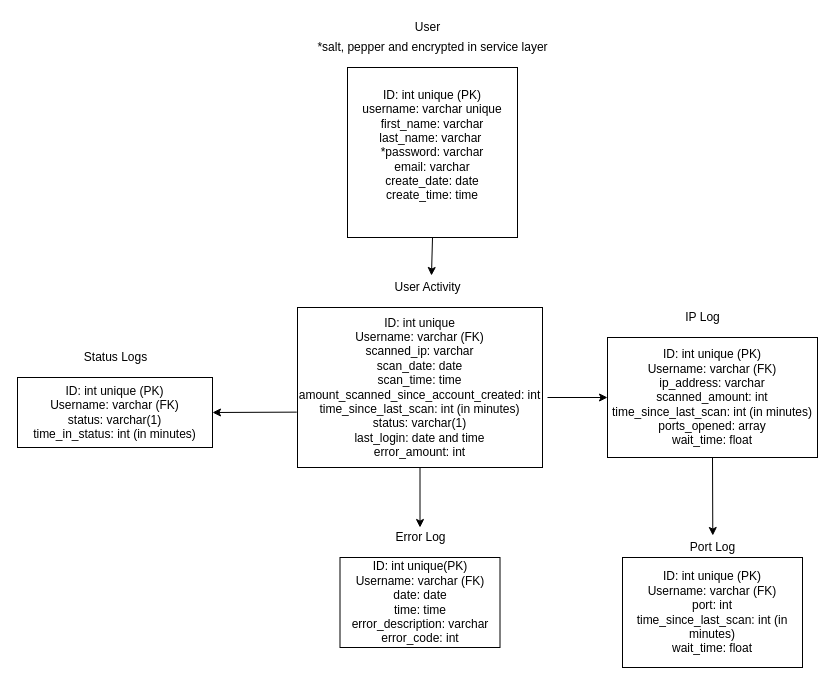
Above: Model.drawio in shamu332/PortMap (draw.io), before the change. Source tidied: cells renumbered, new cells numbered last; positions are measured from the earlier drawing's top-left corner, leaving out a move shared by most shapes. Both pictures are drawn from the tidied source at 100%, with x=0, y=0 at pixel (17, 17).
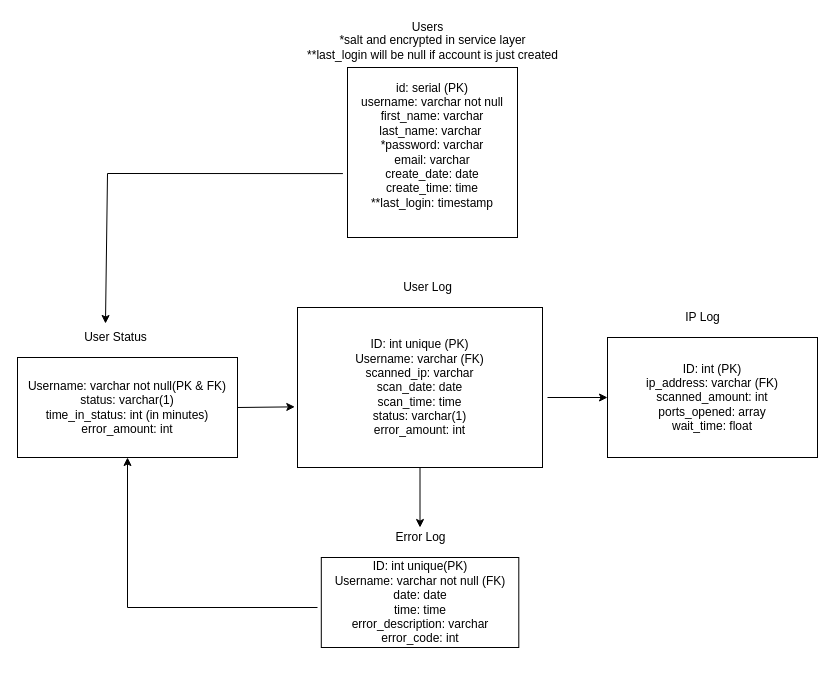
The same page after the edit.

Diff of the diagram source:
```diff
@@
-    <mxCell id="2" value="ID: int unique (PK)&lt;br&gt;username: varchar unique&lt;br&gt;first_name: varchar&lt;br&gt;last_name: varchar&amp;nbsp;&lt;br&gt;*password: varchar&lt;br&gt;email: varchar&lt;br&gt;create_date: date&lt;br&gt;create_time: time&lt;br&gt;&amp;nbsp;" style="whiteSpace=wrap;html=1;" parent="1" vertex="1">
+    <mxCell id="2" value="id: serial (PK)&lt;br&gt;username: varchar not null&lt;br&gt;first_name: varchar&lt;br&gt;last_name: varchar&amp;nbsp;&lt;br&gt;*password: varchar&lt;br&gt;email: varchar&lt;br&gt;create_date: date&lt;br&gt;create_time: time&lt;br&gt;**last_login: timestamp&lt;br&gt;&amp;nbsp;" style="whiteSpace=wrap;html=1;" parent="1" vertex="1">
       <mxGeometry x="330" y="50" width="170" height="170" as="geometry" />
     </mxCell>
-    <mxCell id="3" value="User" style="text;html=1;align=center;verticalAlign=middle;strokeColor=none;fillColor=none;" parent="1" vertex="1">
-      <mxGeometry x="390" width="40" height="20" as="geometry" />
+    <mxCell id="3" value="Users" style="text;html=1;align=center;verticalAlign=middle;strokeColor=none;fillColor=none;" parent="1" vertex="1">
+      <mxGeometry x="385" width="50" height="20" as="geometry" />
     </mxCell>
-    <mxCell id="4" value="*salt, pepper and encrypted in service layer" style="text;html=1;align=center;verticalAlign=middle;strokeColor=none;fillColor=none;" parent="1" vertex="1">
-      <mxGeometry x="290" y="20" width="250" height="20" as="geometry" />
+    <mxCell id="4" value="*salt and encrypted in service layer&lt;br&gt;**last_login will be null if account is just created" style="text;html=1;align=center;verticalAlign=middle;strokeColor=none;fillColor=none;" parent="1" vertex="1">
+      <mxGeometry x="280" y="15" width="270" height="30" as="geometry" />
     </mxCell>
-    <mxCell id="5" style="endArrow=classic;html=1;rounded=0;exitX=0.5;exitY=1;exitDx=0;exitDy=0;entryX=0.55;entryY=-0.1;entryDx=0;entryDy=0;entryPerimeter=0;" parent="1" edge="1" source="2" target="7">
-      <mxGeometry relative="1" as="geometry" />
-    </mxCell>
-    <mxCell id="6" value="ID: int unique&lt;br&gt;Username: varchar (FK)&lt;br&gt;scanned_ip: varchar&lt;br&gt;scan_date: date&lt;br&gt;scan_time: time&lt;br&gt;amount_scanned_since_account_created: int&lt;br&gt;time_since_last_scan: int (in minutes)&lt;br&gt;status: varchar(1)&lt;br&gt;last_login: date and time&lt;br&gt;error_amount: int" style="rounded=0;whiteSpace=wrap;html=1;" parent="1" vertex="1">
+    <mxCell id="6" value="ID: int unique (PK)&lt;br&gt;Username: varchar (FK)&lt;br&gt;scanned_ip: varchar&lt;br&gt;scan_date: date&lt;br&gt;scan_time: time&lt;br&gt;status: varchar(1)&lt;br&gt;error_amount: int" style="rounded=0;whiteSpace=wrap;html=1;" parent="1" vertex="1">
       <mxGeometry x="280" y="290" width="245" height="160" as="geometry" />
     </mxCell>
-    <mxCell id="7" value="User Activity" style="text;html=1;align=center;verticalAlign=middle;points=[];strokeColor=none;fillColor=none;" parent="1" vertex="1">
-      <mxGeometry x="370" y="260" width="80" height="20" as="geometry" />
+    <mxCell id="7" value="User Log" style="text;html=1;align=center;verticalAlign=middle;points=[];strokeColor=none;fillColor=none;" parent="1" vertex="1">
+      <mxGeometry x="380" y="260" width="60" height="20" as="geometry" />
     </mxCell>
-    <mxCell id="8" value="ID: int unique(PK)&lt;br&gt;Username: varchar (FK)&lt;br&gt;date: date&lt;br&gt;time: time&lt;br&gt;error_description: varchar&lt;br&gt;error_code: int" style="rounded=0;whiteSpace=wrap;html=1;" parent="1" vertex="1">
-      <mxGeometry x="322.5" y="540" width="160" height="90" as="geometry" />
+    <mxCell id="8" value="ID: int unique(PK)&lt;br&gt;Username: varchar not null (FK)&lt;br&gt;date: date&lt;br&gt;time: time&lt;br&gt;error_description: varchar&lt;br&gt;error_code: int" style="rounded=0;whiteSpace=wrap;html=1;" parent="1" vertex="1">
+      <mxGeometry x="303.8" y="540" width="197.5" height="90" as="geometry" />
     </mxCell>
-    <mxCell id="9" value="ID: int unique (PK)&lt;br&gt;Username: varchar (FK)&lt;br&gt;ip_address: varchar&lt;br&gt;scanned_amount: int&lt;br&gt;time_since_last_scan: int (in minutes)&lt;br&gt;ports_opened: array&lt;br&gt;wait_time: float" style="rounded=0;whiteSpace=wrap;html=1;" parent="1" vertex="1">
+    <mxCell id="9" value="ID: int (PK)&lt;br&gt;ip_address: varchar (FK)&lt;br&gt;scanned_amount: int&lt;br&gt;ports_opened: array&lt;br&gt;wait_time: float" style="rounded=0;whiteSpace=wrap;html=1;" parent="1" vertex="1">
       <mxGeometry x="590" y="320" width="210" height="120" as="geometry" />
     </mxCell>
@@
-    <mxCell id="11" value="ID: int unique (PK)&lt;br&gt;Username: varchar (FK)&lt;br&gt;port: int&lt;br&gt;time_since_last_scan: int (in minutes)&lt;br&gt;wait_time: float" style="rounded=0;whiteSpace=wrap;html=1;" parent="1" vertex="1">
-      <mxGeometry x="605" y="540" width="180" height="110" as="geometry" />
-    </mxCell>
-    <mxCell id="12" value="Port Log" style="text;html=1;align=center;verticalAlign=middle;points=[];strokeColor=none;fillColor=none;" parent="1" vertex="1">
-      <mxGeometry x="665" y="520" width="60" height="20" as="geometry" />
-    </mxCell>
@@
-    <mxCell id="14" value="ID: int unique (PK)&lt;br&gt;Username: varchar (FK)&lt;br&gt;status: varchar(1)&lt;br&gt;time_in_status: int (in minutes)" style="rounded=0;whiteSpace=wrap;html=1;" parent="1" vertex="1">
-      <mxGeometry y="360" width="195" height="70" as="geometry" />
+    <mxCell id="14" value="Username: varchar not null(PK &amp;amp; FK)&lt;br&gt;status: varchar(1)&lt;br&gt;time_in_status: int (in minutes)&lt;br&gt;error_amount: int" style="rounded=0;whiteSpace=wrap;html=1;" parent="1" vertex="1">
+      <mxGeometry y="340" width="220" height="100" as="geometry" />
     </mxCell>
-    <mxCell id="15" value="Status Logs" style="text;html=1;align=center;verticalAlign=middle;points=[];strokeColor=none;fillColor=none;" parent="1" vertex="1">
-      <mxGeometry x="57.5" y="330" width="80" height="20" as="geometry" />
+    <mxCell id="15" value="User Status" style="text;html=1;align=center;verticalAlign=middle;points=[];strokeColor=none;fillColor=none;" parent="1" vertex="1">
+      <mxGeometry x="57.5" y="310" width="80" height="20" as="geometry" />
     </mxCell>
@@
-    <mxCell id="17" style="endArrow=classic;html=1;rounded=0;entryX=1;entryY=0.5;entryDx=0;entryDy=0;exitX=-0.003;exitY=0.654;exitDx=0;exitDy=0;exitPerimeter=0;" parent="1" edge="1" source="6" target="14">
-      <mxGeometry relative="1" as="geometry" />
-    </mxCell>
-    <mxCell id="18" style="endArrow=classic;html=1;rounded=0;entryX=0.505;entryY=-0.1;entryDx=0;entryDy=0;entryPerimeter=0;exitX=0.5;exitY=1;exitDx=0;exitDy=0;" parent="1" edge="1" source="9" target="12">
-      <mxGeometry relative="1" as="geometry" />
-    </mxCell>
@@
+    <mxCell id="20" style="endArrow=classic;html=1;rounded=0;exitX=-0.027;exitY=0.624;exitDx=0;exitDy=0;exitPerimeter=0;entryX=0.381;entryY=-0.2;entryDx=0;entryDy=0;entryPerimeter=0;" parent="1" edge="1" source="2" target="15">
+      <mxGeometry relative="1" as="geometry">
+        <Array as="points">
+          <mxPoint x="90" y="156" />
+        </Array>
+      </mxGeometry>
+    </mxCell>
+    <mxCell id="21" style="endArrow=classic;html=1;rounded=0;entryX=0.5;entryY=1;entryDx=0;entryDy=0;" parent="1" edge="1" target="14">
+      <mxGeometry relative="1" as="geometry">
+        <mxPoint x="300" y="590" as="sourcePoint" />
+        <Array as="points">
+          <mxPoint x="110" y="590" />
+        </Array>
+      </mxGeometry>
+    </mxCell>
+    <mxCell id="22" style="endArrow=classic;html=1;rounded=0;exitX=1;exitY=0.5;exitDx=0;exitDy=0;entryX=-0.011;entryY=0.621;entryDx=0;entryDy=0;entryPerimeter=0;" parent="1" edge="1" source="14" target="6">
+      <mxGeometry relative="1" as="geometry" />
+    </mxCell>
```
